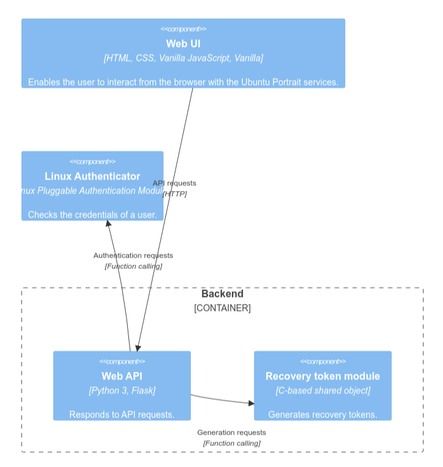
Earlier version of the Mermaid export wiki/static/img/diagrams/ubuntu-portrait.png (iosifache/ossfortress). Its source is kept beside it as diagrams/projects/ubuntu-portrait.mmd.
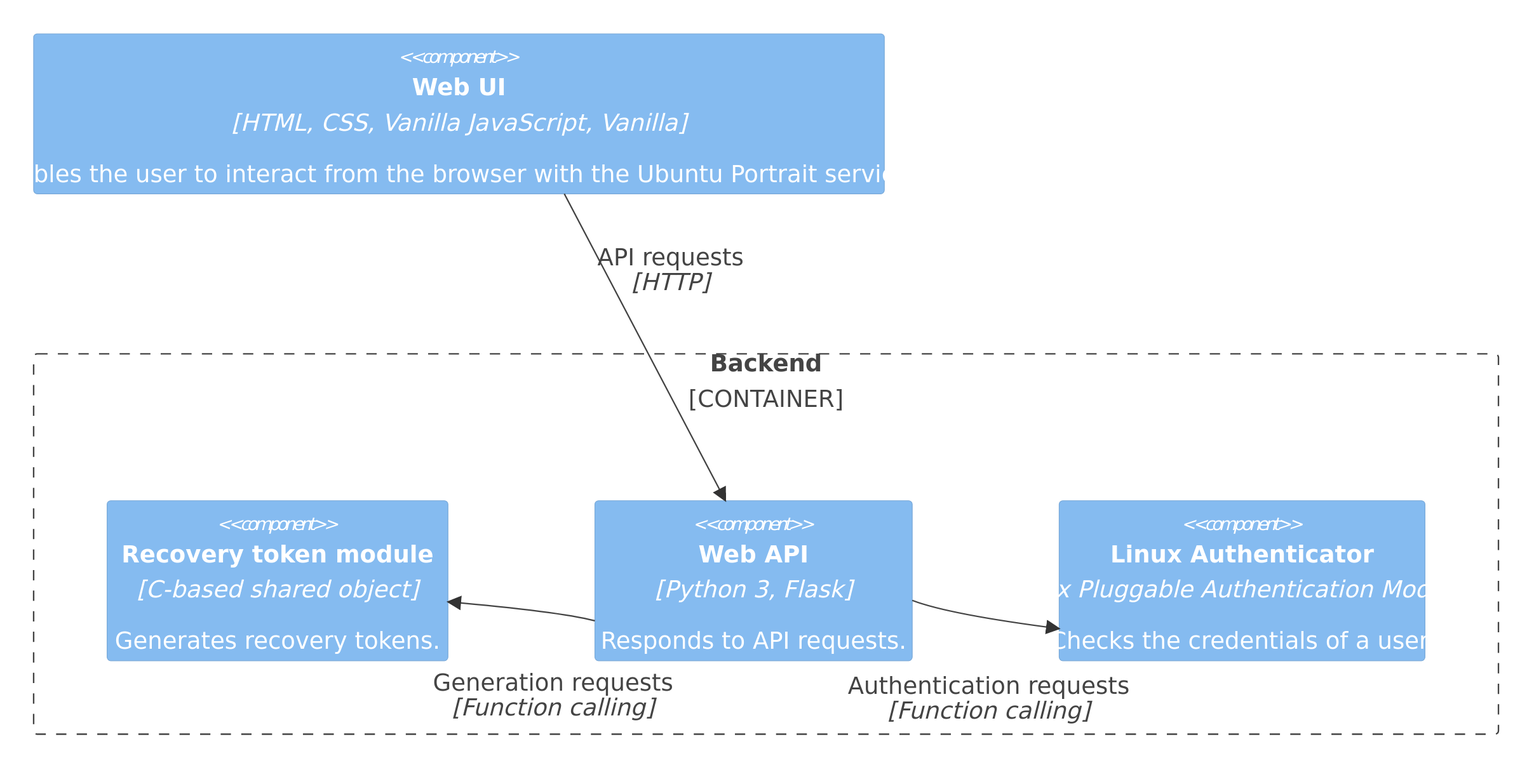
The same file after the commit.

What changed in the source:
```diff
@@ -2,11 +2,10 @@
     Component(frontend, "Web UI", "HTML, CSS, Vanilla JavaScript, Vanilla", "Enables the user to interact from the browser with the Ubuntu Portrait services.")
 
     Container_Boundary(backend, "Backend") {
+        Component(c_module, "Recovery token module", "C-based shared object", "Generates recovery tokens.")
         Component(api, "Web API", "Python 3, Flask", "Responds to API requests.")
-        Component(c_module, "Recovery token module", "C-based shared object", "Generates recovery tokens.")
+        Component(pam, "Linux Authenticator", "Linux Pluggable Authentication Modules", "Checks the credentials of a user.")
     }
-
-    Component(pam, "Linux Authenticator", "Linux Pluggable Authentication Modules", "Checks the credentials of a user.")
 
     Rel(frontend, api, "API requests", "HTTP")
     UpdateRelStyle(frontend, api, $offsetY="-60", $offsetX="-20")
@@ -15,4 +14,4 @@
     UpdateRelStyle(api, c_module, $offsetY="50", $offsetX="-40")
 
     Rel(api, pam, "Authentication requests", "Function calling")
-    UpdateRelStyle(api, pam, $offsetY="-50", $offsetX="-40")
+    UpdateRelStyle(api, pam, $offsetY="50", $offsetX="-70")
```
